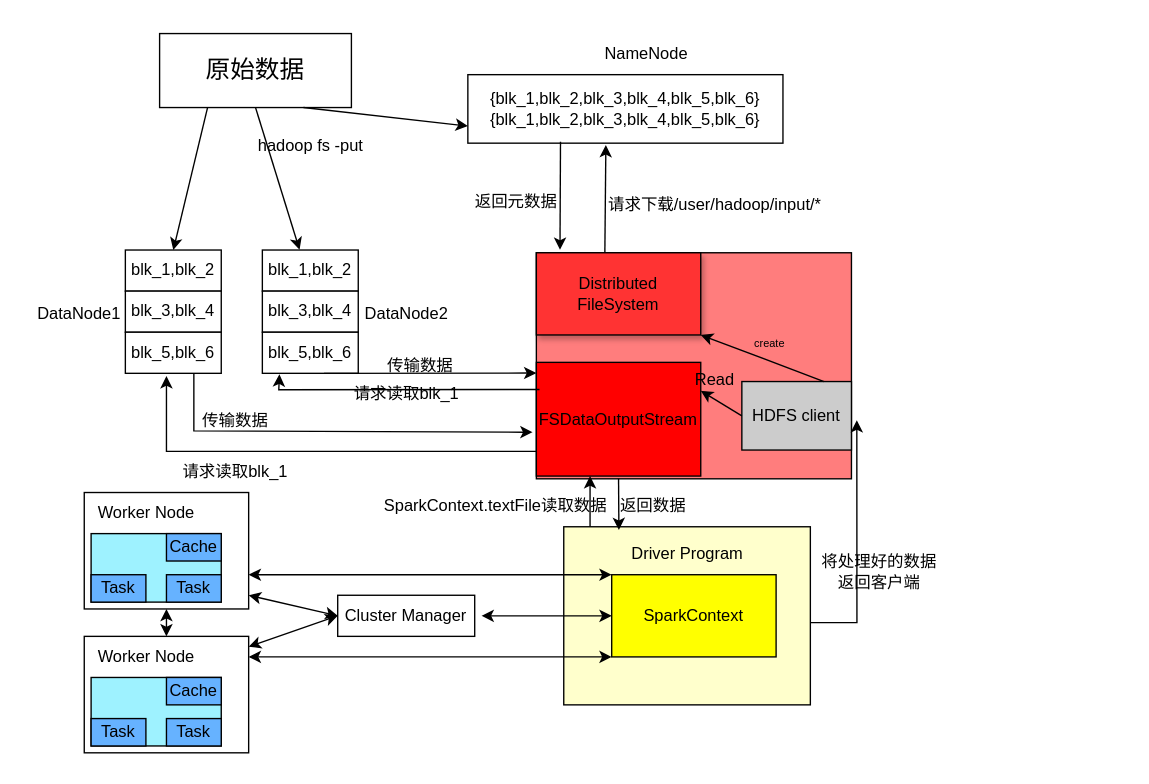
The draw.io diagram 未命名绘图.drawio in mainkeys/pic, before the edit. Source tidied: cells renumbered, new cells numbered last; positions are measured from the earlier drawing's top-left corner, leaving out a move shared by most shapes. Both pictures are drawn from the tidied source at 137%, with x=0, y=0 at pixel (23, 33).
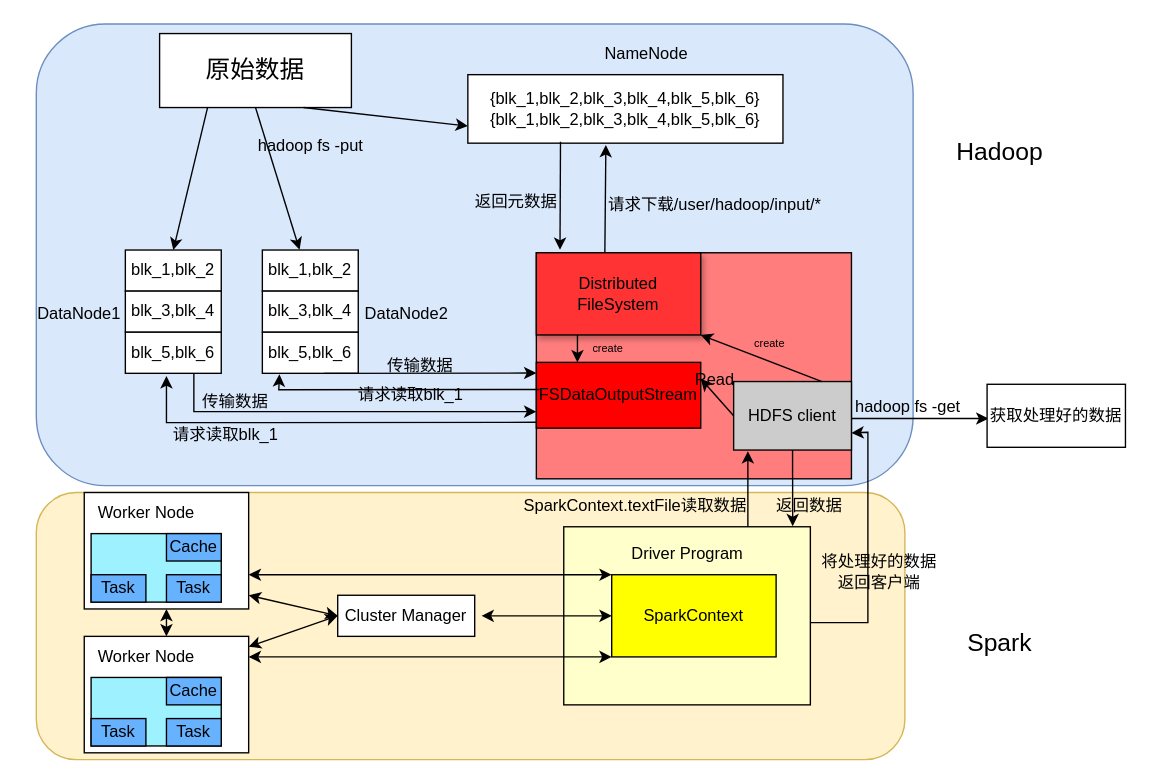
The same page after the edit.

Commit message:
更新未命名绘图.drawio

Unchanged cells that the change refers to:
```xml
<mxCell id="15" style="whiteSpace=wrap;html=1;fillColor=#FF7D7D;" parent="1" vertex="1">
  <mxGeometry x="374" y="160" width="230" height="165" as="geometry" />
</mxCell>
<mxCell id="17" value="Distributed FileSystem" style="rounded=0;whiteSpace=wrap;html=1;shadow=1;fillColor=#FF3333;" parent="1" vertex="1">
  <mxGeometry x="374" y="160" width="120" height="60" as="geometry" />
</mxCell>
```

Change to the diagram source:
```diff
@@
+    <mxCell id="66" style="rounded=1;whiteSpace=wrap;html=1;fillColor=#fff2cc;strokeColor=#d6b656;" parent="1" vertex="1">
+      <mxGeometry x="9" y="335" width="634" height="195" as="geometry" />
+    </mxCell>
+    <mxCell id="67" style="rounded=1;whiteSpace=wrap;html=1;fillColor=#dae8fc;strokeColor=#6c8ebf;" parent="1" vertex="1">
+      <mxGeometry x="9" y="-7" width="640" height="337" as="geometry" />
+    </mxCell>
@@
     <mxCell id="16" value="HDFS client" style="rounded=0;whiteSpace=wrap;html=1;fillColor=#CCCCCC;" parent="1" vertex="1">
-      <mxGeometry x="524" y="254" width="80" height="50" as="geometry" />
+      <mxGeometry x="518" y="254" width="86" height="50" as="geometry" />
     </mxCell>
@@
     <mxCell id="18" value="FSDataOutputStream" style="rounded=0;whiteSpace=wrap;html=1;fillColor=#FF0000;" parent="1" vertex="1">
-      <mxGeometry x="374" y="240" width="120" height="83" as="geometry" />
+      <mxGeometry x="374" y="240" width="120" height="48" as="geometry" />
     </mxCell>
@@
-    <mxCell id="30" style="endArrow=classic;html=1;rounded=0;" parent="1" edge="1">
+    <mxCell id="30" style="endArrow=classic;html=1;rounded=0;exitX=0;exitY=0.75;exitDx=0;exitDy=0;" parent="1" edge="1" source="15">
       <mxGeometry relative="1" as="geometry">
-        <mxPoint x="374" y="305" as="sourcePoint" />
         <mxPoint x="104" y="250" as="targetPoint" />
         <Array as="points">
-          <mxPoint x="104" y="305" />
+          <mxPoint x="104" y="284" />
         </Array>
       </mxGeometry>
     </mxCell>
     <mxCell id="31" value="请求读取blk_1" style="text;html=1;align=center;verticalAlign=middle;strokeColor=none;fillColor=none;" parent="1" vertex="1">
-      <mxGeometry x="104" y="305" width="100" height="30" as="geometry" />
+      <mxGeometry x="97" y="278" width="100" height="30" as="geometry" />
     </mxCell>
-    <mxCell id="32" style="edgeStyle=none;jettySize=auto;html=1;rounded=0;entryX=-0.012;entryY=0.794;entryDx=0;entryDy=0;entryPerimeter=0;" parent="1" edge="1" target="15">
+    <mxCell id="32" style="edgeStyle=none;jettySize=auto;html=1;rounded=0;entryX=0;entryY=0.75;entryDx=0;entryDy=0;" parent="1" edge="1" target="18">
       <mxGeometry relative="1" as="geometry">
         <mxPoint x="124" y="248" as="sourcePoint" />
         <Array as="points">
-          <mxPoint x="124" y="290" />
+          <mxPoint x="124" y="276" />
         </Array>
       </mxGeometry>
     </mxCell>
@@
     <mxCell id="35" value="请求读取blk_1" style="text;html=1;align=center;verticalAlign=middle;strokeColor=none;fillColor=none;" parent="1" vertex="1">
-      <mxGeometry x="229" y="248" width="100" height="30" as="geometry" />
+      <mxGeometry x="232" y="249" width="100" height="30" as="geometry" />
     </mxCell>
     <mxCell id="36" value="传输数据" style="text;html=1;align=center;verticalAlign=middle;strokeColor=none;fillColor=none;" parent="1" vertex="1">
-      <mxGeometry x="119" y="268" width="70" height="30" as="geometry" />
+      <mxGeometry x="119" y="254" width="70" height="30" as="geometry" />
     </mxCell>
@@
     <mxCell id="38" value="SparkContext.textFile读取数据" style="text;html=1;align=center;verticalAlign=middle;points=[];strokeColor=none;fillColor=none;" parent="1" vertex="1">
-      <mxGeometry x="249" y="330" width="190" height="30" as="geometry" />
+      <mxGeometry x="351" y="330" width="190" height="30" as="geometry" />
     </mxCell>
@@
-    <mxCell id="61" style="endArrow=classic;html=1;rounded=0;entryX=0.607;entryY=0.987;entryDx=0;entryDy=0;entryPerimeter=0;" parent="1" edge="1">
+    <mxCell id="61" style="endArrow=classic;html=1;rounded=0;entryX=0.121;entryY=1.017;entryDx=0;entryDy=0;entryPerimeter=0;exitX=0.106;exitY=1.075;exitDx=0;exitDy=0;exitPerimeter=0;" parent="1" edge="1" target="16">
       <mxGeometry relative="1" as="geometry">
-        <mxPoint x="413.2" y="360" as="sourcePoint" />
-        <mxPoint x="413.2" y="323" as="targetPoint" />
+        <mxPoint x="528.4" y="360.2" as="sourcePoint" />
       </mxGeometry>
     </mxCell>
-    <mxCell id="62" style="endArrow=classic;html=1;rounded=0;entryX=0.975;entryY=1.08;entryDx=0;entryDy=0;entryPerimeter=0;" parent="1" edge="1" target="38">
+    <mxCell id="62" style="endArrow=classic;html=1;rounded=0;exitX=0.5;exitY=1;exitDx=0;exitDy=0;entryX=0.573;entryY=1.055;entryDx=0;entryDy=0;entryPerimeter=0;" parent="1" edge="1" source="16">
       <mxGeometry relative="1" as="geometry">
-        <mxPoint x="434" y="325" as="sourcePoint" />
+        <mxPoint x="561.1" y="359.6" as="targetPoint" />
       </mxGeometry>
     </mxCell>
-    <mxCell id="63" value="返回数据" style="text;html=1;align=center;verticalAlign=middle;strokeColor=none;fillColor=none;" parent="1" vertex="1">
-      <mxGeometry x="424" y="330" width="70" height="30" as="geometry" />
-    </mxCell>
-    <mxCell id="64" style="endArrow=classic;html=1;rounded=0;entryX=1.049;entryY=0.564;entryDx=0;entryDy=0;entryPerimeter=0;" parent="1" edge="1" target="16">
+    <mxCell id="64" style="endArrow=classic;html=1;rounded=0;entryX=1;entryY=0.75;entryDx=0;entryDy=0;" parent="1" edge="1" target="16">
       <mxGeometry relative="1" as="geometry">
         <mxPoint x="574" y="430" as="sourcePoint" />
         <Array as="points">
-          <mxPoint x="608" y="430" />
+          <mxPoint x="616" y="430" />
+          <mxPoint x="616" y="291" />
         </Array>
       </mxGeometry>
     </mxCell>
@@
+    <mxCell id="68" style="endArrow=classic;html=1;rounded=0;" parent="1" edge="1">
+      <mxGeometry relative="1" as="geometry">
+        <mxPoint x="604" y="281" as="sourcePoint" />
+        <mxPoint x="704" y="281" as="targetPoint" />
+      </mxGeometry>
+    </mxCell>
+    <mxCell id="69" value="hadoop fs -get" style="text;html=1;align=center;verticalAlign=middle;strokeColor=none;fillColor=none;" parent="1" vertex="1">
+      <mxGeometry x="597" y="260" width="95" height="26" as="geometry" />
+    </mxCell>
+    <mxCell id="70" value="获取处理好的数据" style="rounded=0;whiteSpace=wrap;html=1;" parent="1" vertex="1">
+      <mxGeometry x="703" y="256" width="101" height="46" as="geometry" />
+    </mxCell>
+    <mxCell id="71" value="&lt;font style=&quot;font-size: 18px;&quot;&gt;Hadoop&lt;/font&gt;" style="text;html=1;align=center;verticalAlign=middle;strokeColor=none;fillColor=none;" parent="1" vertex="1">
+      <mxGeometry x="671" y="70" width="81" height="34" as="geometry" />
+    </mxCell>
+    <mxCell id="72" value="&lt;font style=&quot;font-size: 18px;&quot;&gt;Spark&lt;/font&gt;" style="text;html=1;align=center;verticalAlign=middle;strokeColor=none;fillColor=none;" parent="1" vertex="1">
+      <mxGeometry x="679" y="428" width="65" height="34" as="geometry" />
+    </mxCell>
+    <mxCell id="73" style="endArrow=classic;html=1;rounded=0;entryX=0.25;entryY=0;entryDx=0;entryDy=0;exitX=0.25;exitY=1;exitDx=0;exitDy=0;" parent="1" edge="1" source="17" target="18">
+      <mxGeometry relative="1" as="geometry" />
+    </mxCell>
+    <mxCell id="74" value="&lt;font style=&quot;font-size: 8px;&quot;&gt;create&lt;/font&gt;" style="text;html=1;align=center;verticalAlign=middle;strokeColor=none;fillColor=none;" parent="1" vertex="1">
+      <mxGeometry x="396" y="214" width="60" height="30" as="geometry" />
+    </mxCell>
+    <mxCell id="63" value="返回数据" style="text;html=1;align=center;verticalAlign=middle;strokeColor=none;fillColor=none;" parent="1" vertex="1">
+      <mxGeometry x="538" y="330" width="70" height="30" as="geometry" />
+    </mxCell>
```
